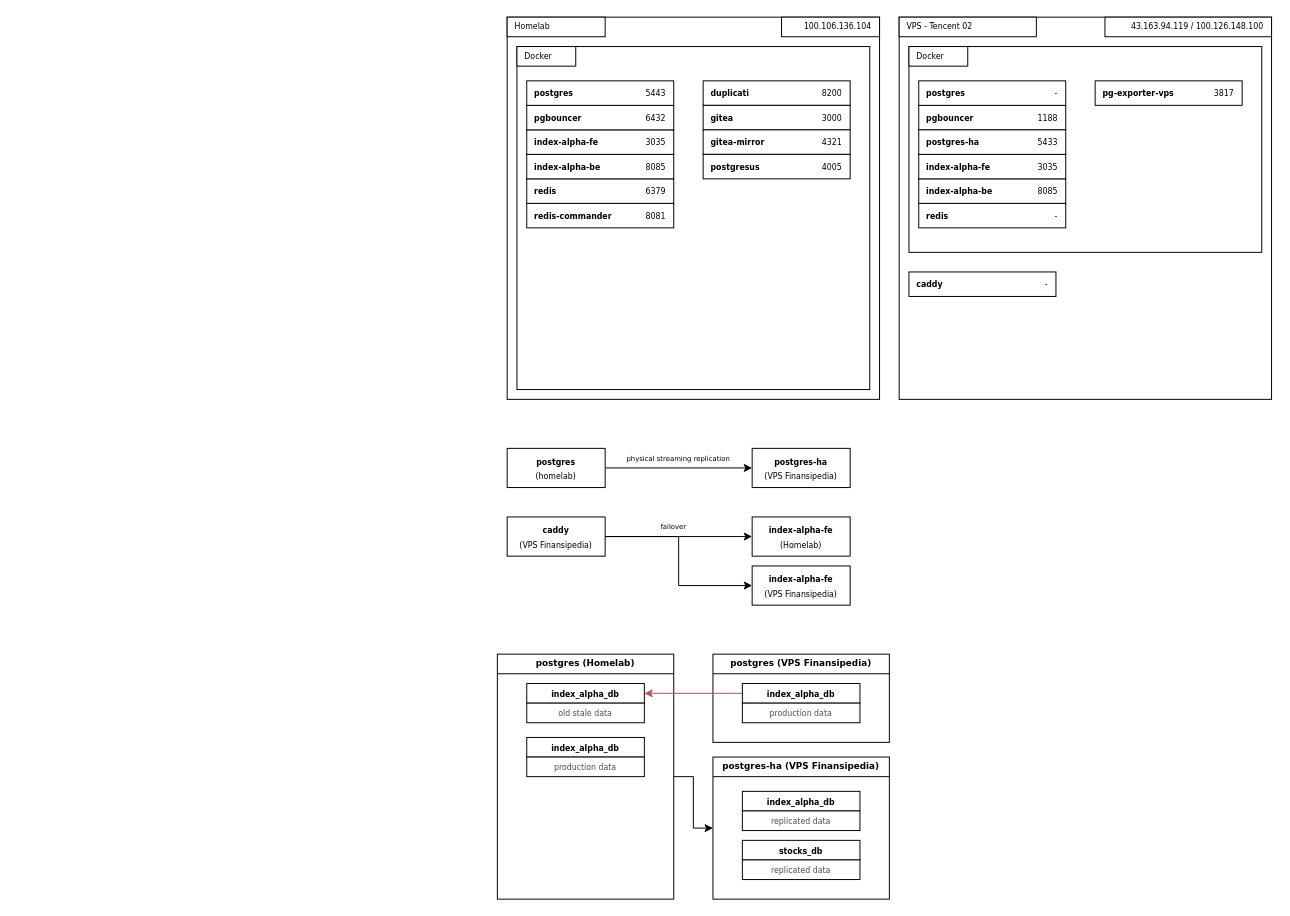
boysugi20/drawio-drawings keeps this draw.io diagram as infrastructure.drawio. Above is the earlier version. Source tidied: cells renumbered, new cells numbered last; positions are measured from the earlier drawing's top-left corner, leaving out a move shared by most shapes. Both pictures are drawn from the tidied source at 98%, with x=0, y=0 at pixel (497, 17).
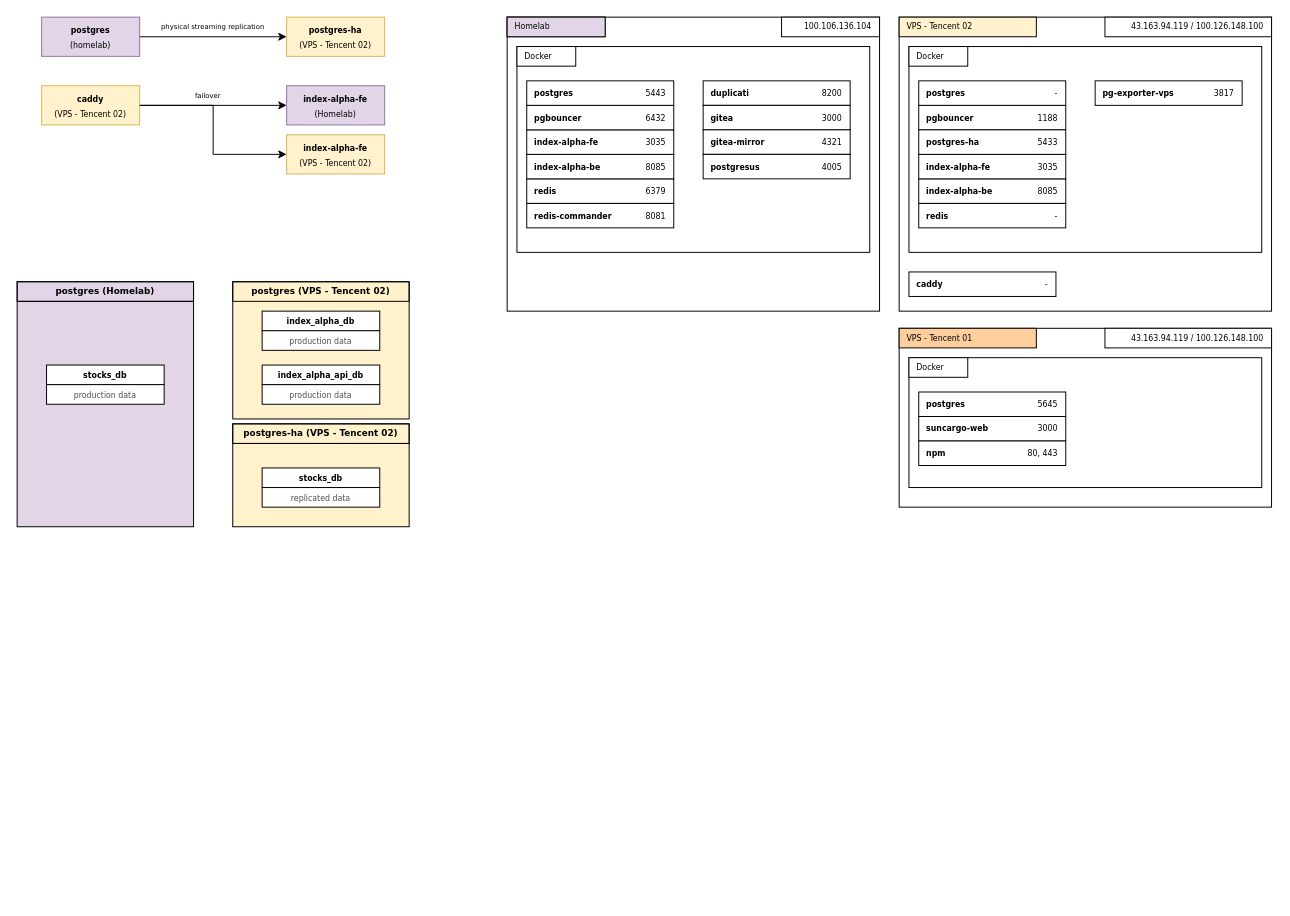
The same page after the edit.

What changed in the source:
```diff
@@
     <mxCell id="2" style="rounded=0;whiteSpace=wrap;html=1;" parent="1" vertex="1">
-      <mxGeometry x="10" width="380" height="390" as="geometry" />
+      <mxGeometry x="10" width="380" height="300" as="geometry" />
     </mxCell>
     <mxCell id="3" style="rounded=0;whiteSpace=wrap;html=1;" parent="1" vertex="1">
-      <mxGeometry x="20" y="30" width="360" height="350" as="geometry" />
+      <mxGeometry x="20" y="30" width="360" height="210" as="geometry" />
     </mxCell>
@@
-    <mxCell id="5" value="Homelab" style="text;html=1;whiteSpace=wrap;strokeColor=none;fillColor=none;align=left;verticalAlign=middle;rounded=0;spacingLeft=6;fontFamily=Verdana;fontSize=8;" parent="1" vertex="1">
+    <mxCell id="5" value="Homelab" style="text;html=1;whiteSpace=wrap;strokeColor=#000000;fillColor=#e1d5e7;align=left;verticalAlign=middle;rounded=0;spacingLeft=6;fontFamily=Verdana;fontSize=8;" parent="1" vertex="1">
       <mxGeometry x="10" width="100" height="20" as="geometry" />
     </mxCell>
@@
     <mxCell id="50" style="rounded=0;whiteSpace=wrap;html=1;" parent="1" vertex="1">
-      <mxGeometry x="410" width="380" height="390" as="geometry" />
+      <mxGeometry x="410" width="380" height="300" as="geometry" />
     </mxCell>
@@
-    <mxCell id="52" style="rounded=0;whiteSpace=wrap;html=1;" parent="1" vertex="1">
+    <mxCell id="52" style="rounded=0;whiteSpace=wrap;html=1;fillColor=#fff2cc;strokeColor=#000000;" parent="1" vertex="1">
       <mxGeometry x="410" width="140" height="20" as="geometry" />
     </mxCell>
     <mxCell id="53" value="VPS - Tencent 02" style="text;html=1;whiteSpace=wrap;strokeColor=none;fillColor=none;align=left;verticalAlign=middle;rounded=0;spacingLeft=6;fontFamily=Verdana;fontSize=8;" parent="1" vertex="1">
-      <mxGeometry x="410" width="130" height="20" as="geometry" />
+      <mxGeometry x="410" width="100" height="20" as="geometry" />
     </mxCell>
@@
-    <mxCell id="91" value="&lt;span style=&quot;font-family: Verdana; font-size: 8px; font-weight: 700; text-align: left;&quot;&gt;postgres &lt;br&gt;&lt;/span&gt;&lt;span style=&quot;font-family: Verdana; font-size: 8px; text-align: left;&quot;&gt;(homelab)&lt;/span&gt;" style="rounded=0;whiteSpace=wrap;html=1;" parent="1" vertex="1">
-      <mxGeometry x="10" y="440" width="100" height="40" as="geometry" />
+    <mxCell id="91" value="&lt;span style=&quot;font-family: Verdana; font-size: 8px; font-weight: 700; text-align: left;&quot;&gt;postgres &lt;br&gt;&lt;/span&gt;&lt;span style=&quot;font-family: Verdana; font-size: 8px; text-align: left;&quot;&gt;(homelab)&lt;/span&gt;" style="rounded=0;whiteSpace=wrap;html=1;fillColor=#e1d5e7;strokeColor=#9673a6;" parent="1" vertex="1">
+      <mxGeometry x="-465" width="100" height="40" as="geometry" />
     </mxCell>
     <mxCell id="92" value="physical streaming replication" style="text;whiteSpace=wrap;fontFamily=Verdana;fontSize=7;align=center;" parent="1" vertex="1">
-      <mxGeometry x="110" y="440" width="150" height="20" as="geometry" />
+      <mxGeometry x="-365" width="150" height="20" as="geometry" />
     </mxCell>
-    <mxCell id="93" value="&lt;span style=&quot;font-family: Verdana; font-size: 8px; font-weight: 700; text-align: left;&quot;&gt;postgres-ha&lt;br&gt;&lt;/span&gt;&lt;span style=&quot;font-family: Verdana; font-size: 8px; text-align: left;&quot;&gt;(VPS Finansipedia)&lt;/span&gt;" style="rounded=0;whiteSpace=wrap;html=1;" parent="1" vertex="1">
-      <mxGeometry x="260" y="440" width="100" height="40" as="geometry" />
+    <mxCell id="93" value="&lt;span style=&quot;font-family: Verdana; font-size: 8px; font-weight: 700; text-align: left;&quot;&gt;postgres-ha&lt;br&gt;&lt;/span&gt;&lt;span style=&quot;font-family: Verdana; font-size: 8px; text-align: left;&quot;&gt;(&lt;/span&gt;&lt;span style=&quot;font-family: Verdana; font-size: 8px; text-align: left;&quot;&gt;VPS - Tencent 02&lt;/span&gt;&lt;span style=&quot;font-family: Verdana; font-size: 8px; text-align: left;&quot;&gt;)&lt;/span&gt;" style="rounded=0;whiteSpace=wrap;html=1;fillColor=#fff2cc;strokeColor=#d6b656;" parent="1" vertex="1">
+      <mxGeometry x="-215" width="100" height="40" as="geometry" />
     </mxCell>
@@
-    <mxCell id="95" value="&lt;span style=&quot;font-family: Verdana; font-size: 8px; font-weight: 700; text-align: left;&quot;&gt;caddy&lt;br&gt;&lt;/span&gt;&lt;span style=&quot;font-family: Verdana; font-size: 8px; text-align: left;&quot;&gt;(VPS Finansipedia)&lt;/span&gt;" style="rounded=0;whiteSpace=wrap;html=1;" parent="1" vertex="1">
-      <mxGeometry x="10" y="510" width="100" height="40" as="geometry" />
+    <mxCell id="95" value="&lt;span style=&quot;font-family: Verdana; font-size: 8px; font-weight: 700; text-align: left;&quot;&gt;caddy&lt;br&gt;&lt;/span&gt;&lt;span style=&quot;font-family: Verdana; font-size: 8px; text-align: left;&quot;&gt;(&lt;/span&gt;&lt;span style=&quot;font-family: Verdana; font-size: 8px; text-align: left;&quot;&gt;VPS - Tencent 02&lt;/span&gt;&lt;span style=&quot;font-family: Verdana; font-size: 8px; text-align: left;&quot;&gt;)&lt;/span&gt;" style="rounded=0;whiteSpace=wrap;html=1;fillColor=#fff2cc;strokeColor=#d6b656;" parent="1" vertex="1">
+      <mxGeometry x="-465" y="70" width="100" height="40" as="geometry" />
     </mxCell>
     <mxCell id="96" value="failover" style="text;whiteSpace=wrap;fontFamily=Verdana;fontSize=7;align=center;" parent="1" vertex="1">
-      <mxGeometry x="110" y="510" width="140" height="20" as="geometry" />
+      <mxGeometry x="-365" y="70" width="140" height="20" as="geometry" />
     </mxCell>
-    <mxCell id="97" value="&lt;span style=&quot;font-family: Verdana; font-size: 8px; text-align: left;&quot;&gt;&lt;b&gt;index-alpha-fe&lt;/b&gt;&lt;/span&gt;&lt;div&gt;&lt;span style=&quot;font-family: Verdana; font-size: 8px; text-align: left;&quot;&gt;(Homelab)&lt;/span&gt;&lt;/div&gt;" style="rounded=0;whiteSpace=wrap;html=1;" parent="1" vertex="1">
-      <mxGeometry x="260" y="510" width="100" height="40" as="geometry" />
+    <mxCell id="97" value="&lt;span style=&quot;font-family: Verdana; font-size: 8px; text-align: left;&quot;&gt;&lt;b&gt;index-alpha-fe&lt;/b&gt;&lt;/span&gt;&lt;div&gt;&lt;span style=&quot;font-family: Verdana; font-size: 8px; text-align: left;&quot;&gt;(Homelab)&lt;/span&gt;&lt;/div&gt;" style="rounded=0;whiteSpace=wrap;html=1;fillColor=#e1d5e7;strokeColor=#9673a6;" parent="1" vertex="1">
+      <mxGeometry x="-215" y="70" width="100" height="40" as="geometry" />
     </mxCell>
-    <mxCell id="98" value="&lt;span style=&quot;font-family: Verdana; font-size: 8px; text-align: left;&quot;&gt;&lt;b&gt;index-alpha-fe&lt;/b&gt;&lt;/span&gt;&lt;div&gt;&lt;span style=&quot;font-family: Verdana; font-size: 8px; text-align: left;&quot;&gt;(VPS Finansipedia)&lt;/span&gt;&lt;/div&gt;" style="rounded=0;whiteSpace=wrap;html=1;" parent="1" vertex="1">
-      <mxGeometry x="260" y="560" width="100" height="40" as="geometry" />
+    <mxCell id="98" value="&lt;span style=&quot;font-family: Verdana; font-size: 8px; text-align: left;&quot;&gt;&lt;b&gt;index-alpha-fe&lt;/b&gt;&lt;/span&gt;&lt;div&gt;&lt;span style=&quot;font-family: Verdana; font-size: 8px; text-align: left;&quot;&gt;(&lt;/span&gt;&lt;span style=&quot;font-family: Verdana; font-size: 8px; text-align: left;&quot;&gt;VPS - Tencent 02&lt;/span&gt;&lt;span style=&quot;font-family: Verdana; font-size: 8px; text-align: left;&quot;&gt;)&lt;/span&gt;&lt;/div&gt;" style="rounded=0;whiteSpace=wrap;html=1;fillColor=#fff2cc;strokeColor=#d6b656;" parent="1" vertex="1">
+      <mxGeometry x="-215" y="120" width="100" height="40" as="geometry" />
     </mxCell>
     <mxCell id="99" style="edgeStyle=orthogonalEdgeStyle;rounded=0;jettySize=auto;html=1;exitX=1;exitY=0.5;exitDx=0;exitDy=0;entryX=0;entryY=0.5;entryDx=0;entryDy=0;" parent="1" edge="1" source="95" target="98">
       <mxGeometry relative="1" as="geometry">
         <Array as="points">
-          <mxPoint x="185" y="530" />
-          <mxPoint x="185" y="580" />
+          <mxPoint x="-290" y="90" />
+          <mxPoint x="-290" y="140" />
         </Array>
       </mxGeometry>
     </mxCell>
-    <mxCell id="100" style="edgeStyle=orthogonalEdgeStyle;rounded=0;jettySize=auto;html=1;entryX=0;entryY=0.5;entryDx=0;entryDy=0;" parent="1" edge="1" source="101" target="112">
-      <mxGeometry relative="1" as="geometry">
-        <Array as="points">
-          <mxPoint x="200" y="775" />
-          <mxPoint x="200" y="828" />
-        </Array>
-      </mxGeometry>
-    </mxCell>
-    <mxCell id="101" style="rounded=0;whiteSpace=wrap;html=1;" parent="1" vertex="1">
-      <mxGeometry y="650" width="180" height="250" as="geometry" />
+    <mxCell id="101" style="rounded=0;whiteSpace=wrap;html=1;fillColor=#e1d5e7;strokeColor=#000000;" parent="1" vertex="1">
+      <mxGeometry x="-490" y="270" width="180" height="250" as="geometry" />
     </mxCell>
-    <mxCell id="102" value="&lt;font style=&quot;font-size: 9px;&quot;&gt;postgres (Homelab)&lt;/font&gt;" style="text;html=1;whiteSpace=wrap;strokeColor=none;fillColor=none;align=center;verticalAlign=middle;rounded=0;fontFamily=Verdana;fontSize=8;fontStyle=1;" parent="1" vertex="1">
-      <mxGeometry y="650" width="180" height="20" as="geometry" />
+    <mxCell id="102" value="&lt;font style=&quot;font-size: 9px;&quot;&gt;postgres (Homelab)&lt;/font&gt;" style="text;html=1;whiteSpace=wrap;strokeColor=default;fillColor=none;align=center;verticalAlign=middle;rounded=0;fontFamily=Verdana;fontSize=8;fontStyle=1;" parent="1" vertex="1">
+      <mxGeometry x="-490" y="270" width="180" height="20" as="geometry" />
     </mxCell>
@@
-    <mxCell id="104" value="&lt;font face=&quot;Verdana&quot; style=&quot;font-size: 8px;&quot;&gt;&lt;b style=&quot;&quot;&gt;index_alpha_db&lt;/b&gt;&lt;/font&gt;" style="rounded=0;whiteSpace=wrap;html=1;" parent="1" vertex="1">
-      <mxGeometry x="30" y="680" width="120" height="20" as="geometry" />
-    </mxCell>
-    <mxCell id="105" value="&lt;font style=&quot;font-size: 8px; color: rgb(77, 77, 77);&quot; face=&quot;Verdana&quot;&gt;old stale data&lt;/font&gt;" style="rounded=0;whiteSpace=wrap;html=1;" parent="1" vertex="1">
-      <mxGeometry x="30" y="700" width="120" height="20" as="geometry" />
-    </mxCell>
-    <mxCell id="106" style="rounded=0;whiteSpace=wrap;html=1;" parent="1" vertex="1">
-      <mxGeometry x="220" y="650" width="180" height="90" as="geometry" />
+    <mxCell id="106" style="rounded=0;whiteSpace=wrap;html=1;fillColor=#fff2cc;strokeColor=#000000;" parent="1" vertex="1">
+      <mxGeometry x="-270" y="270" width="180" height="140" as="geometry" />
     </mxCell>
-    <mxCell id="107" value="&lt;font style=&quot;font-size: 9px;&quot;&gt;postgres (VPS Finansipedia)&lt;/font&gt;" style="text;html=1;whiteSpace=wrap;strokeColor=none;fillColor=none;align=center;verticalAlign=middle;rounded=0;fontFamily=Verdana;fontSize=8;fontStyle=1;" parent="1" vertex="1">
-      <mxGeometry x="220" y="650" width="180" height="20" as="geometry" />
+    <mxCell id="107" value="&lt;font style=&quot;font-size: 9px;&quot;&gt;postgres (VPS - Tencent 02)&lt;/font&gt;" style="text;html=1;whiteSpace=wrap;strokeColor=default;fillColor=none;align=center;verticalAlign=middle;rounded=0;fontFamily=Verdana;fontSize=8;fontStyle=1;" parent="1" vertex="1">
+      <mxGeometry x="-270" y="270" width="180" height="20" as="geometry" />
     </mxCell>
-    <mxCell id="108" style="endArrow=none;html=1;rounded=0;exitX=0;exitY=1;exitDx=0;exitDy=0;entryX=1;entryY=1;entryDx=0;entryDy=0;" parent="1" edge="1" source="107" target="107">
-      <mxGeometry relative="1" as="geometry" />
-    </mxCell>
-    <mxCell id="109" style="edgeStyle=orthogonalEdgeStyle;rounded=0;jettySize=auto;html=1;entryX=1;entryY=0.5;entryDx=0;entryDy=0;fillColor=#f8cecc;strokeColor=#b85450;" parent="1" edge="1" source="110" target="104">
-      <mxGeometry relative="1" as="geometry" />
-    </mxCell>
     <mxCell id="110" value="&lt;font face=&quot;Verdana&quot; style=&quot;font-size: 8px;&quot;&gt;&lt;b style=&quot;&quot;&gt;index_alpha_db&lt;/b&gt;&lt;/font&gt;" style="rounded=0;whiteSpace=wrap;html=1;" parent="1" vertex="1">
-      <mxGeometry x="250" y="680" width="120" height="20" as="geometry" />
+      <mxGeometry x="-240" y="300" width="120" height="20" as="geometry" />
     </mxCell>
     <mxCell id="111" value="&lt;font style=&quot;font-size: 8px; color: rgb(77, 77, 77);&quot; face=&quot;Verdana&quot;&gt;production data&lt;/font&gt;" style="rounded=0;whiteSpace=wrap;html=1;" parent="1" vertex="1">
-      <mxGeometry x="250" y="700" width="120" height="20" as="geometry" />
+      <mxGeometry x="-240" y="320" width="120" height="20" as="geometry" />
     </mxCell>
-    <mxCell id="112" style="rounded=0;whiteSpace=wrap;html=1;" parent="1" vertex="1">
-      <mxGeometry x="220" y="755" width="180" height="145" as="geometry" />
+    <mxCell id="112" style="rounded=0;whiteSpace=wrap;html=1;fillColor=#fff2cc;strokeColor=#000000;" parent="1" vertex="1">
+      <mxGeometry x="-270" y="415" width="180" height="105" as="geometry" />
     </mxCell>
-    <mxCell id="113" value="&lt;font style=&quot;font-size: 9px;&quot;&gt;postgres-ha (VPS Finansipedia)&lt;/font&gt;" style="text;html=1;whiteSpace=wrap;strokeColor=none;fillColor=none;align=center;verticalAlign=middle;rounded=0;fontFamily=Verdana;fontSize=8;fontStyle=1;" parent="1" vertex="1">
-      <mxGeometry x="220" y="755" width="180" height="20" as="geometry" />
+    <mxCell id="113" value="&lt;font style=&quot;font-size: 9px;&quot;&gt;postgres-ha (VPS - Tencent 02)&lt;/font&gt;" style="text;html=1;whiteSpace=wrap;strokeColor=default;fillColor=none;align=center;verticalAlign=middle;rounded=0;fontFamily=Verdana;fontSize=8;fontStyle=1;" parent="1" vertex="1">
+      <mxGeometry x="-270" y="415" width="180" height="20" as="geometry" />
     </mxCell>
@@
-    <mxCell id="115" value="&lt;font face=&quot;Verdana&quot; style=&quot;font-size: 8px;&quot;&gt;&lt;b style=&quot;&quot;&gt;index_alpha_db&lt;/b&gt;&lt;/font&gt;" style="rounded=0;whiteSpace=wrap;html=1;" parent="1" vertex="1">
-      <mxGeometry x="250" y="790" width="120" height="20" as="geometry" />
-    </mxCell>
-    <mxCell id="116" value="&lt;font style=&quot;font-size: 8px; color: rgb(77, 77, 77);&quot; face=&quot;Verdana&quot;&gt;replicated data&lt;/font&gt;" style="rounded=0;whiteSpace=wrap;html=1;" parent="1" vertex="1">
-      <mxGeometry x="250" y="810" width="120" height="20" as="geometry" />
-    </mxCell>
     <mxCell id="117" value="&lt;font face=&quot;Verdana&quot; style=&quot;font-size: 8px;&quot;&gt;&lt;b style=&quot;&quot;&gt;stocks_db&lt;/b&gt;&lt;/font&gt;" style="rounded=0;whiteSpace=wrap;html=1;" parent="1" vertex="1">
-      <mxGeometry x="250" y="840" width="120" height="20" as="geometry" />
+      <mxGeometry x="-240" y="460" width="120" height="20" as="geometry" />
     </mxCell>
     <mxCell id="118" value="&lt;font style=&quot;font-size: 8px; color: rgb(77, 77, 77);&quot; face=&quot;Verdana&quot;&gt;replicated data&lt;/font&gt;" style="rounded=0;whiteSpace=wrap;html=1;" parent="1" vertex="1">
-      <mxGeometry x="250" y="860" width="120" height="20" as="geometry" />
+      <mxGeometry x="-240" y="480" width="120" height="20" as="geometry" />
     </mxCell>
-    <mxCell id="119" value="&lt;font face=&quot;Verdana&quot; style=&quot;font-size: 8px;&quot;&gt;&lt;b style=&quot;&quot;&gt;index_alpha_db&lt;/b&gt;&lt;/font&gt;" style="rounded=0;whiteSpace=wrap;html=1;" parent="1" vertex="1">
-      <mxGeometry x="30" y="735" width="120" height="20" as="geometry" />
+    <mxCell id="119" value="&lt;b style=&quot;font-family: Verdana; font-size: 8px;&quot;&gt;stocks_db&lt;/b&gt;" style="rounded=0;whiteSpace=wrap;html=1;" parent="1" vertex="1">
+      <mxGeometry x="-460" y="355" width="120" height="20" as="geometry" />
     </mxCell>
     <mxCell id="120" value="&lt;font style=&quot;font-size: 8px; color: rgb(77, 77, 77);&quot; face=&quot;Verdana&quot;&gt;production data&lt;/font&gt;" style="rounded=0;whiteSpace=wrap;html=1;" parent="1" vertex="1">
-      <mxGeometry x="30" y="755" width="120" height="20" as="geometry" />
+      <mxGeometry x="-460" y="375" width="120" height="20" as="geometry" />
     </mxCell>
+    <mxCell id="121" value="&lt;font face=&quot;Verdana&quot; style=&quot;font-size: 8px;&quot;&gt;&lt;b style=&quot;&quot;&gt;index_alpha_api_db&lt;/b&gt;&lt;/font&gt;" style="rounded=0;whiteSpace=wrap;html=1;" parent="1" vertex="1">
+      <mxGeometry x="-240" y="355" width="120" height="20" as="geometry" />
+    </mxCell>
+    <mxCell id="122" value="&lt;font style=&quot;font-size: 8px; color: rgb(77, 77, 77);&quot; face=&quot;Verdana&quot;&gt;production data&lt;/font&gt;" style="rounded=0;whiteSpace=wrap;html=1;" parent="1" vertex="1">
+      <mxGeometry x="-240" y="375" width="120" height="20" as="geometry" />
+    </mxCell>
+    <mxCell id="123" style="rounded=0;whiteSpace=wrap;html=1;" parent="1" vertex="1">
+      <mxGeometry x="410" y="317.5" width="380" height="182.5" as="geometry" />
+    </mxCell>
+    <mxCell id="124" style="rounded=0;whiteSpace=wrap;html=1;" parent="1" vertex="1">
+      <mxGeometry x="420" y="347.5" width="360" height="132.5" as="geometry" />
+    </mxCell>
+    <mxCell id="125" style="rounded=0;whiteSpace=wrap;html=1;fillColor=#FFCE9F;strokeColor=#000000;" parent="1" vertex="1">
+      <mxGeometry x="410" y="317.5" width="140" height="20" as="geometry" />
+    </mxCell>
+    <mxCell id="126" value="VPS - Tencent 01" style="text;html=1;whiteSpace=wrap;strokeColor=none;fillColor=none;align=left;verticalAlign=middle;rounded=0;spacingLeft=6;fontFamily=Verdana;fontSize=8;" parent="1" vertex="1">
+      <mxGeometry x="410" y="317.5" width="100" height="20" as="geometry" />
+    </mxCell>
+    <mxCell id="127" style="rounded=0;whiteSpace=wrap;html=1;fontFamily=Verdana;fontSize=9;" parent="1" vertex="1">
+      <mxGeometry x="420" y="347.5" width="60" height="20" as="geometry" />
+    </mxCell>
+    <mxCell id="128" value="Docker" style="text;html=1;whiteSpace=wrap;strokeColor=none;fillColor=none;align=left;verticalAlign=middle;rounded=0;spacingLeft=6;fontFamily=Verdana;fontSize=8;" parent="1" vertex="1">
+      <mxGeometry x="420" y="347.5" width="50" height="20" as="geometry" />
+    </mxCell>
+    <mxCell id="129" style="rounded=0;whiteSpace=wrap;html=1;align=right;" parent="1" vertex="1">
+      <mxGeometry x="620" y="317.5" width="170" height="20" as="geometry" />
+    </mxCell>
+    <mxCell id="130" value="&lt;div style=&quot;text-align: center;&quot;&gt;&lt;span style=&quot;background-color: transparent; text-align: right;&quot;&gt;43.163.94.119&lt;/span&gt;&lt;span style=&quot;background-color: transparent;&quot;&gt;&amp;nbsp;/&amp;nbsp;&lt;/span&gt;&lt;span style=&quot;background-color: transparent; text-align: right;&quot;&gt;100.126.148.100&lt;/span&gt;&lt;/div&gt;" style="text;html=1;whiteSpace=wrap;strokeColor=none;fillColor=none;align=right;verticalAlign=middle;rounded=0;spacingLeft=6;spacingRight=6;fontFamily=Verdana;fontSize=8;" parent="1" vertex="1">
+      <mxGeometry x="630" y="317.5" width="160" height="20" as="geometry" />
+    </mxCell>
+    <mxCell id="131" style="group;fontFamily=Verdana;fontSize=8;" parent="1" vertex="1">
+      <mxGeometry x="430" y="407.5" width="150" height="25" as="geometry" />
+    </mxCell>
+    <mxCell id="132" style="rounded=0;whiteSpace=wrap;html=1;fontFamily=Verdana;fontSize=8;" parent="131" vertex="1">
+      <mxGeometry width="150" height="25" as="geometry" />
+    </mxCell>
+    <mxCell id="133" value="&lt;font&gt;suncargo-web&lt;/font&gt;" style="text;html=1;whiteSpace=wrap;strokeColor=none;fillColor=none;align=left;verticalAlign=middle;rounded=0;fontStyle=1;spacingRight=6;spacingLeft=6;fontFamily=Verdana;fontSize=8;" parent="131" vertex="1">
+      <mxGeometry y="2.5" width="100" height="20" as="geometry" />
+    </mxCell>
+    <mxCell id="134" value="&lt;font&gt;3000&lt;/font&gt;" style="text;html=1;whiteSpace=wrap;strokeColor=none;fillColor=none;align=right;verticalAlign=middle;rounded=0;spacingRight=6;spacingLeft=6;fontFamily=Verdana;fontSize=8;" parent="131" vertex="1">
+      <mxGeometry x="110" y="2.5" width="40" height="20" as="geometry" />
+    </mxCell>
+    <mxCell id="135" style="group;fontFamily=Verdana;fontSize=8;" parent="1" vertex="1">
+      <mxGeometry x="430" y="382.5" width="150" height="25" as="geometry" />
+    </mxCell>
+    <mxCell id="136" style="rounded=0;whiteSpace=wrap;html=1;fontFamily=Verdana;fontSize=8;" parent="135" vertex="1">
+      <mxGeometry width="150" height="25" as="geometry" />
+    </mxCell>
+    <mxCell id="137" value="&lt;font&gt;postgres&lt;/font&gt;" style="text;html=1;whiteSpace=wrap;strokeColor=none;fillColor=none;align=left;verticalAlign=middle;rounded=0;fontStyle=1;spacingRight=6;spacingLeft=6;fontFamily=Verdana;fontSize=8;" parent="135" vertex="1">
+      <mxGeometry y="2.5" width="100" height="20" as="geometry" />
+    </mxCell>
+    <mxCell id="138" value="&lt;font&gt;5645&lt;/font&gt;" style="text;html=1;whiteSpace=wrap;strokeColor=none;fillColor=none;align=right;verticalAlign=middle;rounded=0;spacingRight=6;spacingLeft=6;fontFamily=Verdana;fontSize=8;" parent="135" vertex="1">
+      <mxGeometry x="110" y="2.5" width="40" height="20" as="geometry" />
+    </mxCell>
+    <mxCell id="139" style="group;fontFamily=Verdana;fontSize=8;" parent="1" vertex="1">
+      <mxGeometry x="430" y="432.5" width="150" height="25" as="geometry" />
+    </mxCell>
+    <mxCell id="140" style="rounded=0;whiteSpace=wrap;html=1;fontFamily=Verdana;fontSize=8;" parent="139" vertex="1">
+      <mxGeometry width="150" height="25" as="geometry" />
+    </mxCell>
+    <mxCell id="141" value="&lt;font&gt;npm&lt;/font&gt;" style="text;html=1;whiteSpace=wrap;strokeColor=none;fillColor=none;align=left;verticalAlign=middle;rounded=0;fontStyle=1;spacingRight=6;spacingLeft=6;fontFamily=Verdana;fontSize=8;" parent="139" vertex="1">
+      <mxGeometry y="2.5" width="100" height="20" as="geometry" />
+    </mxCell>
+    <mxCell id="142" value="80, 443" style="text;html=1;whiteSpace=wrap;strokeColor=none;fillColor=none;align=right;verticalAlign=middle;rounded=0;spacingRight=6;spacingLeft=6;fontFamily=Verdana;fontSize=8;" parent="139" vertex="1">
+      <mxGeometry x="90" y="2.5" width="60" height="20" as="geometry" />
+    </mxCell>
```
